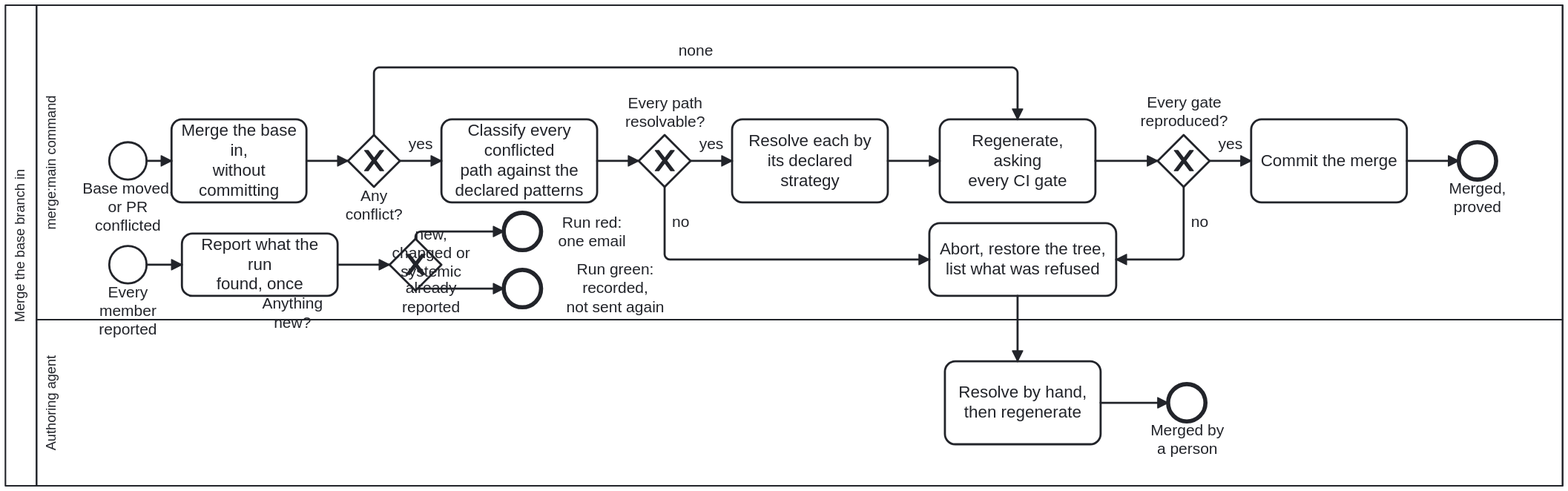
This is docs/assets/img/workflows/merge-base.svg from litlfred/cat-harness, a BPMN export, as it was before one commit. Its source is kept beside it as processes/sdlc/merge-base.bpmn. Ids are renumbered.
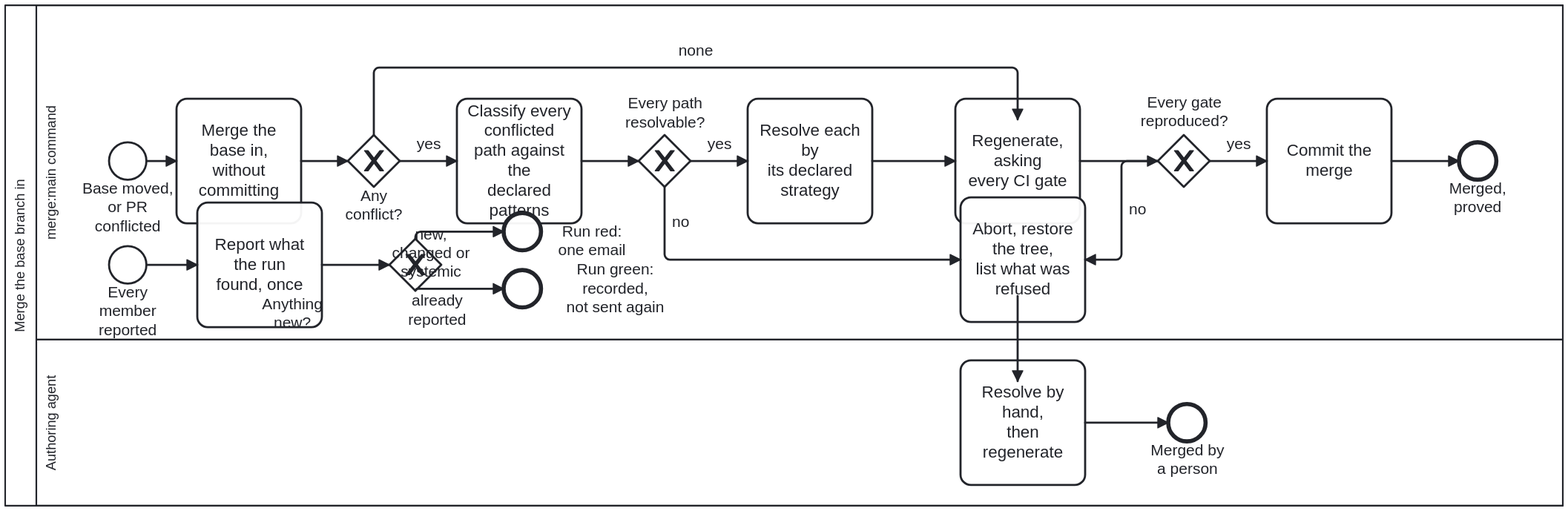
The same diagram one commit later.

What changed in the source:
```diff
@@ -165,85 +165,117 @@
   <bpmndi:BPMNDiagram id="Diagram_Process_MergeBase">
     <bpmndi:BPMNPlane id="Plane_Process_MergeBase" bpmnElement="Collaboration_Process_MergeBase">
       <bpmndi:BPMNShape id="Shape_Participant" bpmnElement="Participant_Process_MergeBase" isHorizontal="true">
-        <dc:Bounds x="0" y="0" width="1500" height="463" />
+        <dc:Bounds x="0" y="0" width="1500" height="482" />
       </bpmndi:BPMNShape>
       <bpmndi:BPMNShape id="Shape_Lane_Command" bpmnElement="Lane_Command" isHorizontal="true">
-        <dc:Bounds x="30" y="0" width="1470" height="303" />
+        <dc:Bounds x="30" y="0" width="1470" height="322" />
       </bpmndi:BPMNShape>
       <bpmndi:BPMNShape id="Shape_Lane_Agent" bpmnElement="Lane_Agent" isHorizontal="true">
-        <dc:Bounds x="30" y="303" width="1470" height="160" />
+        <dc:Bounds x="30" y="322" width="1470" height="160" />
       </bpmndi:BPMNShape>
       <bpmndi:BPMNShape id="Shape_Start_Merge" bpmnElement="Start_Merge"><dc:Bounds x="100" y="132" width="36" height="36" /></bpmndi:BPMNShape>
-      <bpmndi:BPMNShape id="Shape_Task_Merge" bpmnElement="Task_Merge"><dc:Bounds x="160" y="110" width="130" height="80" /></bpmndi:BPMNShape>
+      <bpmndi:BPMNShape id="Shape_Task_Merge" bpmnElement="Task_Merge"><dc:Bounds x="165" y="90" width="120" height="120" /></bpmndi:BPMNShape>
       <bpmndi:BPMNShape id="Shape_GW_Conflicts" bpmnElement="GW_Conflicts" isMarkerVisible="true"><dc:Bounds x="330" y="125" width="50" height="50" /></bpmndi:BPMNShape>
-      <bpmndi:BPMNShape id="Shape_Task_Classify" bpmnElement="Task_Classify"><dc:Bounds x="420" y="110" width="150" height="80" /></bpmndi:BPMNShape>
+      <bpmndi:BPMNShape id="Shape_Task_Classify" bpmnElement="Task_Classify"><dc:Bounds x="435" y="90" width="120" height="120" /></bpmndi:BPMNShape>
       <bpmndi:BPMNShape id="Shape_GW_AllDeclared" bpmnElement="GW_AllDeclared" isMarkerVisible="true"><dc:Bounds x="610" y="125" width="50" height="50" />
-        <bpmndi:BPMNLabel><dc:Bounds x="590" y="86" width="90" height="35" /></bpmndi:BPMNLabel>
-      </bpmndi:BPMNShape>
-      <bpmndi:BPMNShape id="Shape_Task_Resolve" bpmnElement="Task_Resolve"><dc:Bounds x="700" y="110" width="150" height="80" /></bpmndi:BPMNShape>
-      <bpmndi:BPMNShape id="Shape_Task_Regen" bpmnElement="Task_Regen"><dc:Bounds x="900" y="110" width="150" height="80" /></bpmndi:BPMNShape>
+
+      <bpmndi:BPMNLabel><dc:Bounds x="590" y="86" width="90" height="35" /></bpmndi:BPMNLabel></bpmndi:BPMNShape>
+      <bpmndi:BPMNShape id="Shape_Task_Resolve" bpmnElement="Task_Resolve"><dc:Bounds x="715" y="90" width="120" height="120" /></bpmndi:BPMNShape>
+      <bpmndi:BPMNShape id="Shape_Task_Regen" bpmnElement="Task_Regen"><dc:Bounds x="915" y="90" width="120" height="120" /></bpmndi:BPMNShape>
       <bpmndi:BPMNShape id="Shape_GW_Proved" bpmnElement="GW_Proved" isMarkerVisible="true"><dc:Bounds x="1110" y="125" width="50" height="50" />
-        <bpmndi:BPMNLabel><dc:Bounds x="1090" y="85" width="90" height="36" /></bpmndi:BPMNLabel>
-      </bpmndi:BPMNShape>
-      <bpmndi:BPMNShape id="Shape_Task_Commit" bpmnElement="Task_Commit"><dc:Bounds x="1200" y="110" width="150" height="80" /></bpmndi:BPMNShape>
+
+      <bpmndi:BPMNLabel><dc:Bounds x="1090" y="85" width="90" height="36" /></bpmndi:BPMNLabel></bpmndi:BPMNShape>
+      <bpmndi:BPMNShape id="Shape_Task_Commit" bpmnElement="Task_Commit"><dc:Bounds x="1215" y="90" width="120" height="120" /></bpmndi:BPMNShape>
       <bpmndi:BPMNShape id="Shape_End_Merged" bpmnElement="End_Merged"><dc:Bounds x="1400" y="132" width="36" height="36" /></bpmndi:BPMNShape>
-      <bpmndi:BPMNShape id="Shape_Task_Abort" bpmnElement="Task_Abort"><dc:Bounds x="890" y="210" width="180" height="70" /></bpmndi:BPMNShape>
-      <bpmndi:BPMNShape id="Shape_Task_ByHand" bpmnElement="Task_ByHand"><dc:Bounds x="905" y="343" width="150" height="80" /></bpmndi:BPMNShape>
-      <bpmndi:BPMNShape id="Shape_End_ByHand" bpmnElement="End_ByHand"><dc:Bounds x="1120" y="365" width="36" height="36" /></bpmndi:BPMNShape>
+      <bpmndi:BPMNShape id="Shape_Task_Abort" bpmnElement="Task_Abort"><dc:Bounds x="920" y="185" width="120" height="120" /></bpmndi:BPMNShape>
+      <bpmndi:BPMNShape id="Shape_Task_ByHand" bpmnElement="Task_ByHand"><dc:Bounds x="920" y="342" width="120" height="120" /></bpmndi:BPMNShape>
+      <bpmndi:BPMNShape id="Shape_End_ByHand" bpmnElement="End_ByHand"><dc:Bounds x="1120" y="384" width="36" height="36" /></bpmndi:BPMNShape>
       <bpmndi:BPMNShape id="Shape_Start_Report" bpmnElement="Start_Report"><dc:Bounds x="100" y="232" width="36" height="36" /></bpmndi:BPMNShape>
-      <bpmndi:BPMNShape id="Shape_Task_Report" bpmnElement="Task_Report"><dc:Bounds x="170" y="220" width="150" height="60" /></bpmndi:BPMNShape>
+      <bpmndi:BPMNShape id="Shape_Task_Report" bpmnElement="Task_Report"><dc:Bounds x="185" y="190" width="120" height="120" /></bpmndi:BPMNShape>
       <bpmndi:BPMNShape id="Shape_GW_News" bpmnElement="GW_News" isMarkerVisible="true"><dc:Bounds x="370" y="225" width="50" height="50" />
-        <bpmndi:BPMNLabel><dc:Bounds x="186" y="279" width="180" height="18" /></bpmndi:BPMNLabel>
-      </bpmndi:BPMNShape>
+
+      <bpmndi:BPMNLabel><dc:Bounds x="186" y="279" width="180" height="18" /></bpmndi:BPMNLabel></bpmndi:BPMNShape>
       <!-- x=480, not 620: `m7` runs VERTICALLY down x=635 from GW_AllDeclared
            to the abort row at y=245, and an end event at 620-656 would have
            had that edge drawn through it. -->
       <bpmndi:BPMNShape id="Shape_End_Notified" bpmnElement="End_Notified"><dc:Bounds x="480" y="200" width="36" height="36" />
-        <bpmndi:BPMNLabel><dc:Bounds x="520" y="200.5" width="90" height="35" /></bpmndi:BPMNLabel>
-      </bpmndi:BPMNShape>
+
+      <bpmndi:BPMNLabel><dc:Bounds x="520" y="208.5" width="90" height="35" /></bpmndi:BPMNLabel></bpmndi:BPMNShape>
       <bpmndi:BPMNShape id="Shape_End_Recorded" bpmnElement="End_Recorded"><dc:Bounds x="480" y="255" width="36" height="36" />
-        <bpmndi:BPMNLabel><dc:Bounds x="520" y="246" width="135" height="54" /></bpmndi:BPMNLabel>
-      </bpmndi:BPMNShape>
-      <bpmndi:BPMNEdge id="Edge_m15" bpmnElement="m15"><di:waypoint x="136" y="250"/><di:waypoint x="170" y="250"/></bpmndi:BPMNEdge>
-      <bpmndi:BPMNEdge id="Edge_m16" bpmnElement="m16"><di:waypoint x="320" y="250"/><di:waypoint x="370" y="250"/></bpmndi:BPMNEdge>
+
+      <bpmndi:BPMNLabel><dc:Bounds x="520" y="246" width="135" height="54" /></bpmndi:BPMNLabel></bpmndi:BPMNShape>
+      <bpmndi:BPMNEdge id="Edge_m15" bpmnElement="m15">
+        <di:waypoint x="136" y="250" />
+        <di:waypoint x="185" y="250" />
+      </bpmndi:BPMNEdge>
+      <bpmndi:BPMNEdge id="Edge_m16" bpmnElement="m16">
+        <di:waypoint x="305" y="250" />
+        <di:waypoint x="370" y="250" />
+      </bpmndi:BPMNEdge>
       <bpmndi:BPMNEdge id="Edge_m17" bpmnElement="m17"><di:waypoint x="395" y="225"/><di:waypoint x="395" y="218"/><di:waypoint x="480" y="218"/></bpmndi:BPMNEdge>
-      <bpmndi:BPMNEdge id="Edge_m18" bpmnElement="m18"><di:waypoint x="395" y="275"/><di:waypoint x="395" y="273"/><di:waypoint x="480" y="273"/></bpmndi:BPMNEdge>
-      <bpmndi:BPMNEdge id="Edge_m1" bpmnElement="m1"><di:waypoint x="136" y="150"/><di:waypoint x="160" y="150"/></bpmndi:BPMNEdge>
-      <bpmndi:BPMNEdge id="Edge_m2" bpmnElement="m2"><di:waypoint x="290" y="150"/><di:waypoint x="330" y="150"/></bpmndi:BPMNEdge>
-      <bpmndi:BPMNEdge id="Edge_m3" bpmnElement="m3"><di:waypoint x="355" y="125"/><di:waypoint x="355" y="60"/><di:waypoint x="975" y="60"/><di:waypoint x="975" y="110"/></bpmndi:BPMNEdge>
-      <bpmndi:BPMNEdge id="Edge_m4" bpmnElement="m4"><di:waypoint x="380" y="150"/><di:waypoint x="420" y="150"/></bpmndi:BPMNEdge>
-      <bpmndi:BPMNEdge id="Edge_m5" bpmnElement="m5"><di:waypoint x="570" y="150"/><di:waypoint x="610" y="150"/></bpmndi:BPMNEdge>
-      <bpmndi:BPMNEdge id="Edge_m6" bpmnElement="m6"><di:waypoint x="660" y="150"/><di:waypoint x="700" y="150"/></bpmndi:BPMNEdge>
+      <bpmndi:BPMNEdge id="Edge_m18" bpmnElement="m18"><di:waypoint x="395" y="275"/><di:waypoint x="395" y="273"/><di:waypoint x="480" y="273"/>
+        <bpmndi:BPMNLabel><dc:Bounds x="371.25" y="276" width="90" height="36" /></bpmndi:BPMNLabel>
+      </bpmndi:BPMNEdge>
+      <bpmndi:BPMNEdge id="Edge_m1" bpmnElement="m1">
+        <di:waypoint x="136" y="150" />
+        <di:waypoint x="165" y="150" />
+      </bpmndi:BPMNEdge>
+      <bpmndi:BPMNEdge id="Edge_m2" bpmnElement="m2">
+        <di:waypoint x="285" y="150" />
+        <di:waypoint x="330" y="150" />
+      </bpmndi:BPMNEdge>
+      <bpmndi:BPMNEdge id="Edge_m3" bpmnElement="m3">
+        <di:waypoint x="355" y="125" />
+        <di:waypoint x="355" y="60" />
+        <di:waypoint x="975" y="60" />
+        <di:waypoint x="975" y="110" />
+      </bpmndi:BPMNEdge>
+      <bpmndi:BPMNEdge id="Edge_m4" bpmnElement="m4">
+        <di:waypoint x="380" y="150" />
+        <di:waypoint x="435" y="150" />
+      </bpmndi:BPMNEdge>
+      <bpmndi:BPMNEdge id="Edge_m5" bpmnElement="m5">
+        <di:waypoint x="555" y="150" />
+        <di:waypoint x="610" y="150" />
+      </bpmndi:BPMNEdge>
+      <bpmndi:BPMNEdge id="Edge_m6" bpmnElement="m6">
+        <di:waypoint x="660" y="150" />
+        <di:waypoint x="715" y="150" />
+      </bpmndi:BPMNEdge>
       <bpmndi:BPMNEdge id="Edge_m7" bpmnElement="m7">
         <di:waypoint x="635" y="175" />
         <di:waypoint x="635" y="245" />
-        <di:waypoint x="890" y="245" />
+        <di:waypoint x="920" y="245" />
       </bpmndi:BPMNEdge>
-      <bpmndi:BPMNEdge id="Edge_m8" bpmnElement="m8"><di:waypoint x="850" y="150"/><di:waypoint x="900" y="150"/></bpmndi:BPMNEdge>
+      <bpmndi:BPMNEdge id="Edge_m8" bpmnElement="m8">
+        <di:waypoint x="835" y="150" />
+        <di:waypoint x="915" y="150" />
+      </bpmndi:BPMNEdge>
       <bpmndi:BPMNEdge id="Edge_m9" bpmnElement="m9">
-        <di:waypoint x="1050" y="150" />
+        <di:waypoint x="1035" y="150" />
         <di:waypoint x="1110" y="150" />
       </bpmndi:BPMNEdge>
       <bpmndi:BPMNEdge id="Edge_m10" bpmnElement="m10">
         <di:waypoint x="1160" y="150" />
-        <di:waypoint x="1200" y="150" />
+        <di:waypoint x="1215" y="150" />
       </bpmndi:BPMNEdge>
       <bpmndi:BPMNEdge id="Edge_m11" bpmnElement="m11">
-        <di:waypoint x="1135" y="175" />
-        <di:waypoint x="1135" y="245" />
-        <di:waypoint x="1070" y="245" />
+        <di:waypoint x="1110" y="150" />
+        <di:waypoint x="1075" y="150" />
+        <di:waypoint x="1075" y="245" />
+        <di:waypoint x="1040" y="245" />
       </bpmndi:BPMNEdge>
       <bpmndi:BPMNEdge id="Edge_m12" bpmnElement="m12">
-        <di:waypoint x="1350" y="150" />
+        <di:waypoint x="1335" y="150" />
         <di:waypoint x="1400" y="150" />
       </bpmndi:BPMNEdge>
       <bpmndi:BPMNEdge id="Edge_m13" bpmnElement="m13">
         <di:waypoint x="975" y="280" />
-        <di:waypoint x="975" y="343" />
+        <di:waypoint x="975" y="362" />
       </bpmndi:BPMNEdge>
       <bpmndi:BPMNEdge id="Edge_m14" bpmnElement="m14">
-        <di:waypoint x="1055" y="383" />
-        <di:waypoint x="1120" y="383" />
+        <di:waypoint x="1040" y="402" />
+        <di:waypoint x="1120" y="402" />
       </bpmndi:BPMNEdge>
     </bpmndi:BPMNPlane>
   </bpmndi:BPMNDiagram>
```
